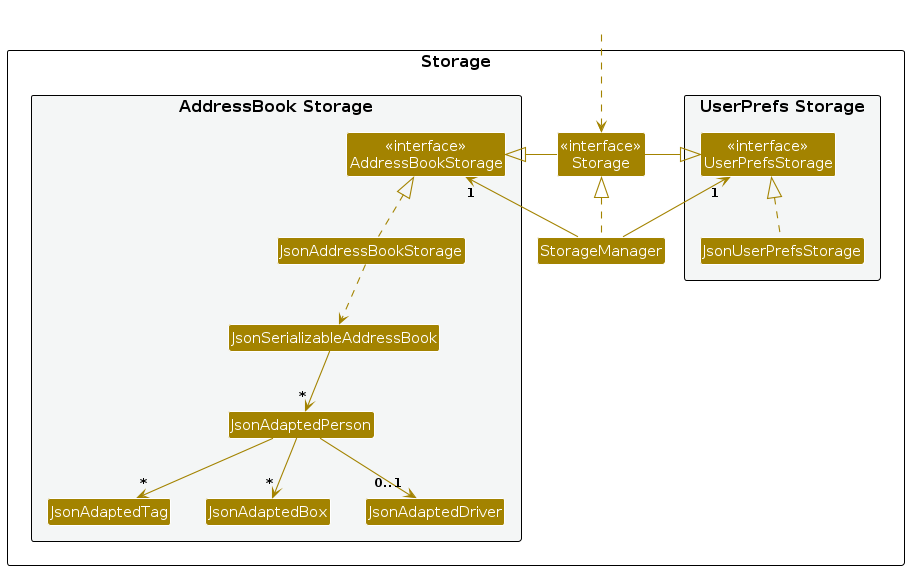
The PlantUML diagram diagrams/StorageClassDiagram.png in AY2526S2-CS2103T-T08-3/tp, before a commit. Its source is kept beside it as diagrams/StorageClassDiagram.puml. Its diagram source:
```plantuml
@startuml
!include style.puml
skinparam arrowThickness 1.1
skinparam arrowColor STORAGE_COLOR
skinparam classBackgroundColor STORAGE_COLOR

package Storage as StoragePackage {

package "UserPrefs Storage" #F4F6F6{
Class "<<interface>>\nUserPrefsStorage" as UserPrefsStorage
Class JsonUserPrefsStorage
}

Class "<<interface>>\nStorage" as Storage
Class StorageManager

package "AddressBook Storage" #F4F6F6{
Class "<<interface>>\nAddressBookStorage" as AddressBookStorage
Class JsonAddressBookStorage
Class JsonSerializableAddressBook
Class JsonAdaptedPerson
Class JsonAdaptedTag
Class JsonAdaptedBox
Class JsonAdaptedDriver
}

}

Class HiddenOutside #FFFFFF
HiddenOutside ..> Storage

StorageManager .up.|> Storage
StorageManager -up-> "1" UserPrefsStorage
StorageManager -up-> "1" AddressBookStorage

Storage -left-|> UserPrefsStorage
Storage -right-|> AddressBookStorage

JsonUserPrefsStorage .up.|> UserPrefsStorage
JsonAddressBookStorage .up.|> AddressBookStorage
JsonAddressBookStorage ..> JsonSerializableAddressBook
JsonSerializableAddressBook --> "*" JsonAdaptedPerson
JsonAdaptedPerson --> "*" JsonAdaptedTag
JsonAdaptedPerson --> "*" JsonAdaptedBox
JsonAdaptedPerson --> "0..1" JsonAdaptedDriver

@enduml
```
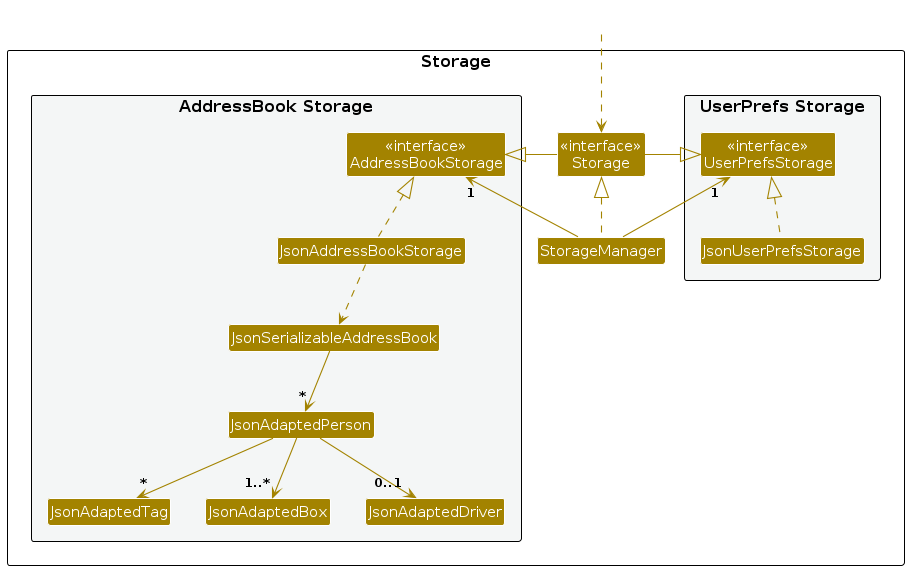
The same file after the commit.

What changed in the source:
```diff
@@ -41,7 +41,7 @@
 JsonAddressBookStorage ..> JsonSerializableAddressBook
 JsonSerializableAddressBook --> "*" JsonAdaptedPerson
 JsonAdaptedPerson --> "*" JsonAdaptedTag
-JsonAdaptedPerson --> "*" JsonAdaptedBox
+JsonAdaptedPerson --> "1..*" JsonAdaptedBox
 JsonAdaptedPerson --> "0..1" JsonAdaptedDriver
 
 @enduml
```
